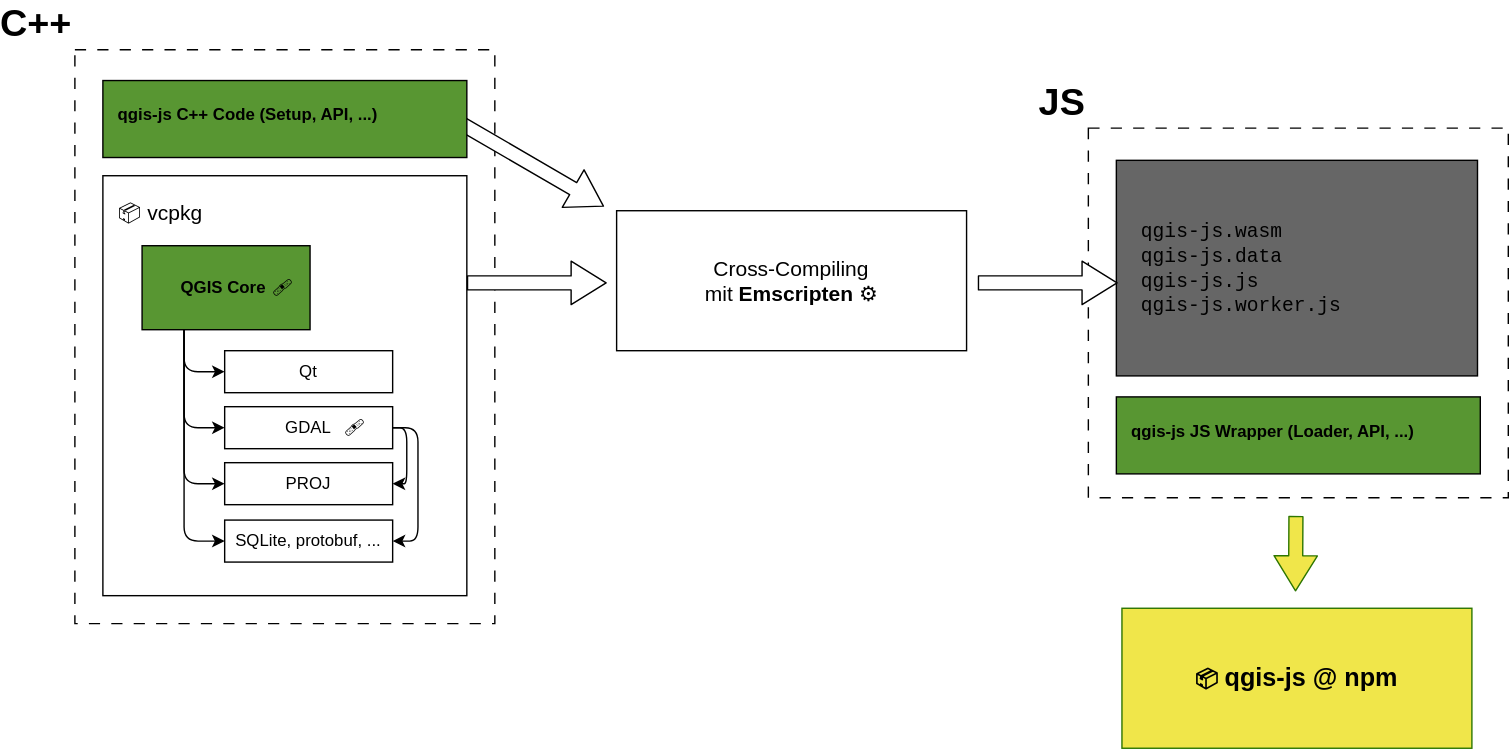
Above: data/architecture.drawio.svg in boardend/qgis-js-demo (draw.io), before the change. Source tidied: cells renumbered, new cells last; positions are measured from the earlier drawing's top-left corner, leaving out a move shared by most shapes.
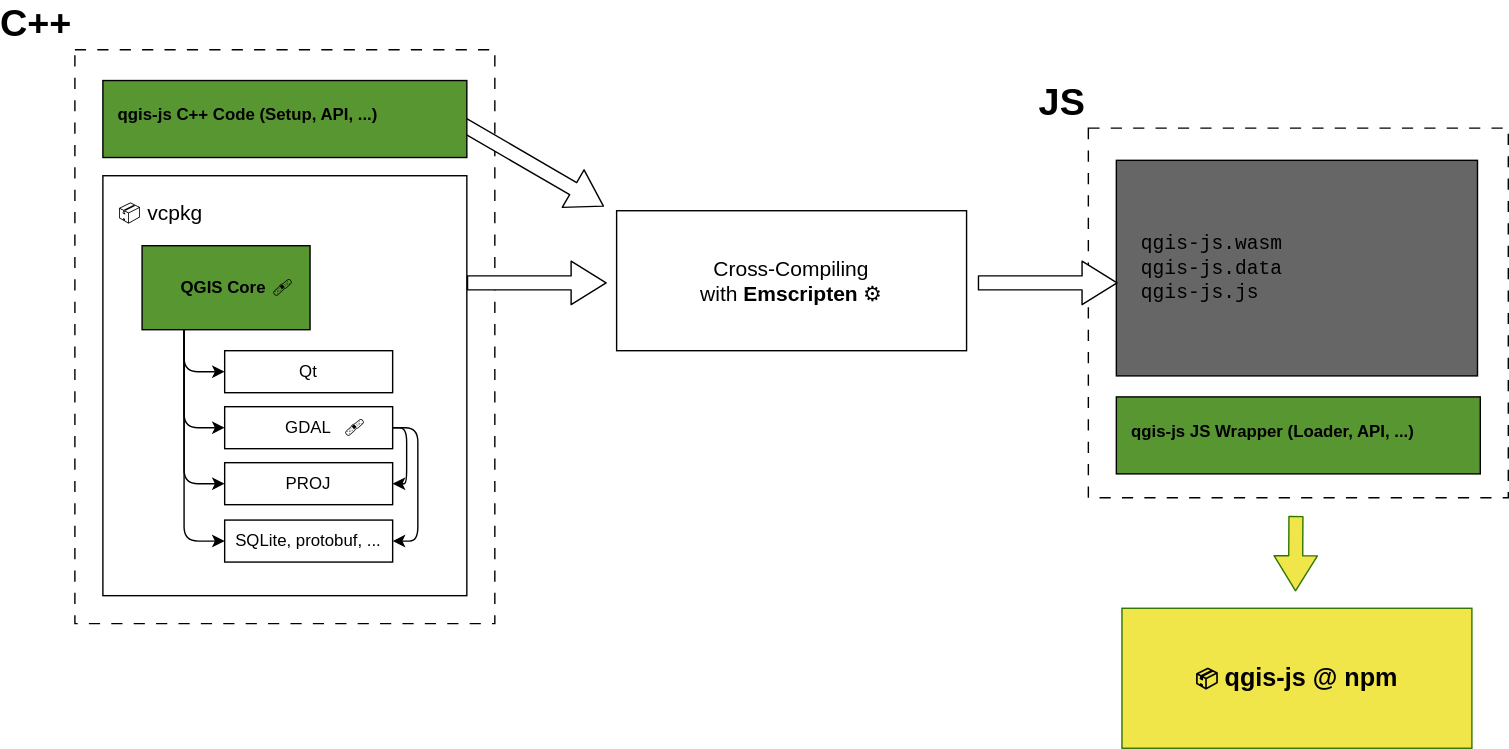
After the change.

The edit, as a diff of the source:
```diff
@@ -64,10 +64,10 @@
         <mxPoint x="380" y="166.5" as="targetPoint" />
       </mxGeometry>
     </mxCell>
-    <mxCell id="20" value="&lt;div style=&quot;font-family: Helvetica; font-size: 14px;&quot;&gt;&lt;font face=&quot;Courier New&quot;&gt;qgis-js.wasm&lt;/font&gt;&lt;/div&gt;&lt;div style=&quot;font-family: Helvetica; font-size: 14px;&quot;&gt;&lt;font face=&quot;Courier New&quot;&gt;qgis-js.data&lt;/font&gt;&lt;/div&gt;&lt;div style=&quot;font-family: Helvetica; font-size: 14px;&quot;&gt;&lt;font face=&quot;Courier New&quot;&gt;qgis-js.js&lt;/font&gt;&lt;/div&gt;&lt;div style=&quot;font-family: Helvetica; font-size: 14px;&quot;&gt;&lt;font face=&quot;Courier New&quot;&gt;qgis-js.worker.js&lt;/font&gt;&lt;/div&gt;" style="whiteSpace=wrap;html=1;labelBackgroundColor=none;strokeColor=default;fontFamily=Courier New;fillColor=#666666;align=left;spacing=18;fontColor=#000000;" parent="1" vertex="1">
+    <mxCell id="20" value="&lt;div style=&quot;font-family: Helvetica; font-size: 14px;&quot;&gt;&lt;font face=&quot;Courier New&quot;&gt;qgis-js.wasm&lt;/font&gt;&lt;/div&gt;&lt;div style=&quot;font-family: Helvetica; font-size: 14px;&quot;&gt;&lt;font face=&quot;Courier New&quot;&gt;qgis-js.data&lt;/font&gt;&lt;/div&gt;&lt;div style=&quot;font-family: Helvetica; font-size: 14px;&quot;&gt;&lt;font face=&quot;Courier New&quot;&gt;qgis-js.js&lt;/font&gt;&lt;/div&gt;" style="whiteSpace=wrap;html=1;labelBackgroundColor=none;strokeColor=default;fontFamily=Courier New;fillColor=#666666;align=left;spacing=18;fontColor=#000000;" parent="1" vertex="1">
       <mxGeometry x="744" y="79" width="258" height="154" as="geometry" />
     </mxCell>
-    <mxCell id="21" value="Cross-Compiling&lt;br style=&quot;font-size: 15px;&quot;&gt;mit &lt;b&gt;Emscripten&lt;/b&gt; ⚙️" style="whiteSpace=wrap;html=1;fontSize=15;" parent="1" vertex="1">
+    <mxCell id="21" value="Cross-Compiling&lt;br style=&quot;font-size: 15px;&quot;&gt;with&amp;nbsp;&lt;b&gt;Emscripten&lt;/b&gt; ⚙️" style="whiteSpace=wrap;html=1;fontSize=15;" parent="1" vertex="1">
       <mxGeometry x="387" y="115" width="250" height="100" as="geometry" />
     </mxCell>
     <mxCell id="22" style="edgeStyle=none;orthogonalLoop=1;jettySize=auto;html=1;shape=flexArrow;rounded=1;startSize=8;endSize=8;fontSize=27;fillColor=#FFFFFF;entryX=0;entryY=0;entryDx=0;entryDy=0;" parent="1" edge="1">
```
